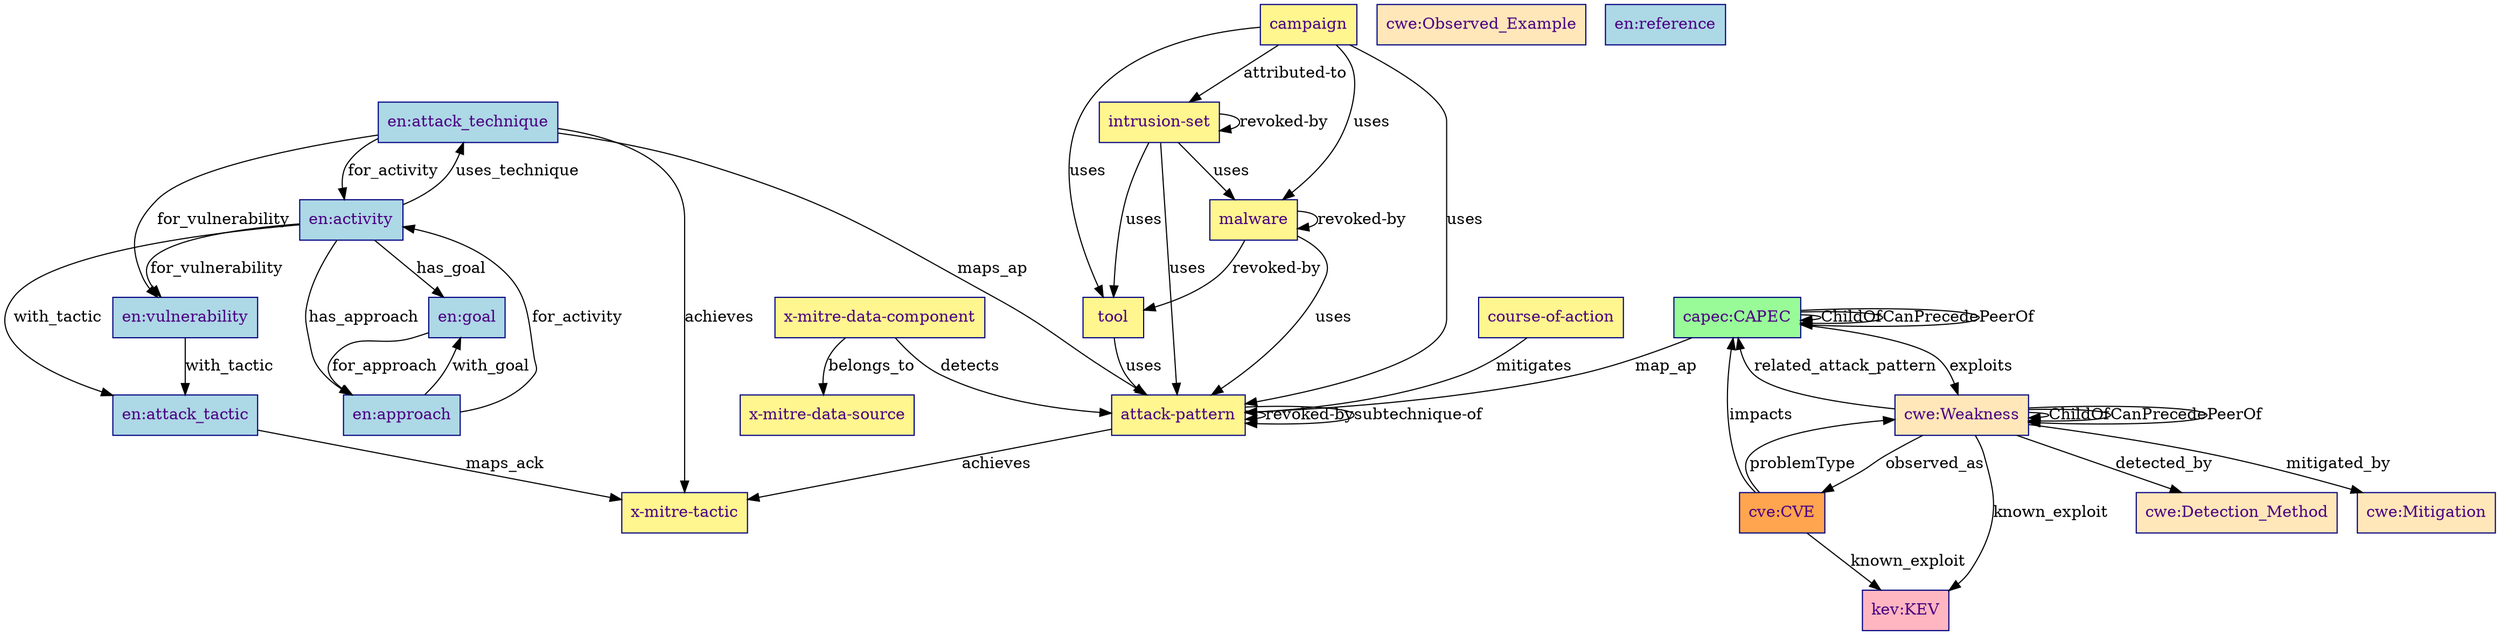
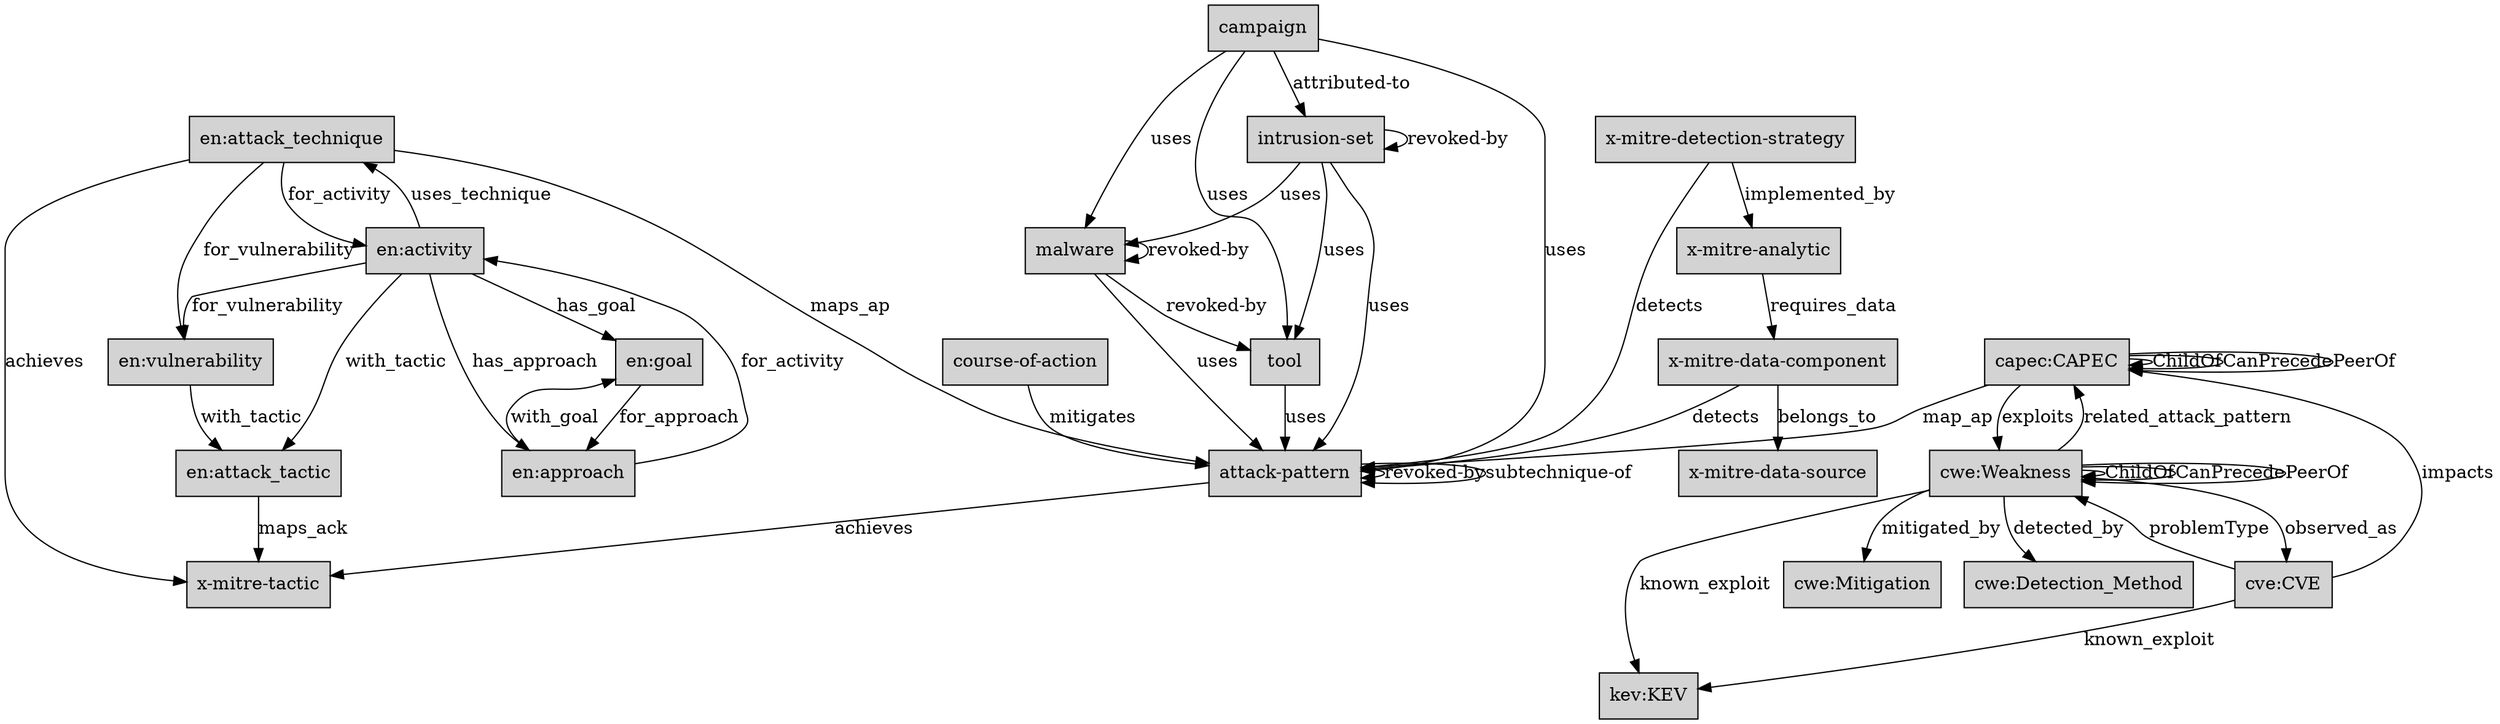
digraph schema_athena_cti {
//    rankdir LR;
    node [shape=box, style=filled];
- "attack-pattern" [color=navy, fontcolor=indigo, fillcolor=khaki1];
- "campaign" [color=navy, fontcolor=indigo, fillcolor=khaki1];
- "course-of-action" [color=navy, fontcolor=indigo, fillcolor=khaki1];
- "intrusion-set" [color=navy, fontcolor=indigo, fillcolor=khaki1];
- "malware" [color=navy, fontcolor=indigo, fillcolor=khaki1];
- "tool" [color=navy, fontcolor=indigo, fillcolor=khaki1];
- "x-mitre-data-component" [color=navy, fontcolor=indigo, fillcolor=khaki1];
- "x-mitre-tactic" [color=navy, fontcolor=indigo, fillcolor=khaki1];
- "x-mitre-data-source" [color=navy, fontcolor=indigo, fillcolor=khaki1];
- "cwe:Weakness" [color=navy, fontcolor=indigo, fillcolor=wheat1];
- "cwe:Detection_Method" [color=navy, fontcolor=indigo, fillcolor=wheat1];
- "cwe:Observed_Example" [color=navy, fontcolor=indigo, fillcolor=wheat1];
- "cwe:Mitigation" [color=navy, fontcolor=indigo, fillcolor=wheat1];
- "cve:CVE" [color=navy, fontcolor=indigo, fillcolor=tan1];
- "capec:CAPEC" [color=navy, fontcolor=indigo, fillcolor=palegreen];
- "en:goal" [color=navy, fontcolor=indigo, fillcolor=lightblue];
- "en:approach" [color=navy, fontcolor=indigo, fillcolor=lightblue];
- "en:activity" [color=navy, fontcolor=indigo, fillcolor=lightblue];
- "en:vulnerability" [color=navy, fontcolor=indigo, fillcolor=lightblue];
- "en:attack_technique" [color=navy, fontcolor=indigo, fillcolor=lightblue];
- "en:attack_tactic" [color=navy, fontcolor=indigo, fillcolor=lightblue];
- "en:reference" [color=navy, fontcolor=indigo, fillcolor=lightblue];
- "kev:KEV" [color=navy, fontcolor=indigo, fillcolor=lightpink];
"attack-pattern" -> "attack-pattern" [label="revoked-by"];
"attack-pattern" -> "attack-pattern" [label="subtechnique-of"];
+ "attack-pattern" -> "x-mitre-tactic" [label="achieves"];
"campaign" -> "intrusion-set" [label="attributed-to"];
"campaign" -> "attack-pattern" [label="uses"];
"campaign" -> "malware" [label="uses"];
"campaign" -> "tool" [label="uses"];
"course-of-action" -> "attack-pattern" [label="mitigates"];
"intrusion-set" -> "intrusion-set" [label="revoked-by"];
"intrusion-set" -> "attack-pattern" [label="uses"];
"intrusion-set" -> "malware" [label="uses"];
"intrusion-set" -> "tool" [label="uses"];
"malware" -> "malware" [label="revoked-by"];
"malware" -> "tool" [label="revoked-by"];
"malware" -> "attack-pattern" [label="uses"];
"tool" -> "attack-pattern" [label="uses"];
"x-mitre-data-component" -> "attack-pattern" [label="detects"];
"x-mitre-data-component" -> "x-mitre-data-source" [label="belongs_to"];
- "attack-pattern" -> "x-mitre-tactic" [label="achieves"];
+ "x-mitre-detection-strategy" -> "attack-pattern" [label="detects"];
+ "x-mitre-analytic" -> "x-mitre-data-component" [label="requires_data"];
+ "x-mitre-detection-strategy" -> "x-mitre-analytic" [label="implemented_by"];
"cwe:Weakness" -> "cwe:Weakness" [label="ChildOf"];
"cwe:Weakness" -> "cwe:Weakness" [label="CanPrecede"];
"cwe:Weakness" -> "cwe:Weakness" [label="PeerOf"];
"cwe:Weakness" -> "capec:CAPEC" [label="related_attack_pattern"];
"cwe:Weakness" -> "cwe:Mitigation" [label="mitigated_by"];
"cwe:Weakness" -> "cwe:Detection_Method" [label="detected_by"];
"cwe:Weakness" -> "cve:CVE" [label="observed_as"];
"cwe:Weakness" -> "kev:KEV" [label="known_exploit"];
"cve:CVE" -> "capec:CAPEC" [label="impacts"];
"cve:CVE" -> "cwe:Weakness" [label="problemType"];
"cve:CVE" -> "kev:KEV" [label="known_exploit"];
"capec:CAPEC" -> "capec:CAPEC" [label="ChildOf"];
"capec:CAPEC" -> "capec:CAPEC" [label="CanPrecede"];
"capec:CAPEC" -> "capec:CAPEC" [label="PeerOf"];
"capec:CAPEC" -> "cwe:Weakness" [label="exploits"];
"capec:CAPEC" -> "attack-pattern" [label="map_ap"];
"en:activity" -> "en:goal" [label="has_goal"];
"en:activity" -> "en:approach" [label="has_approach"];
"en:activity" -> "en:vulnerability" [label="for_vulnerability"];
"en:activity" -> "en:attack_technique" [label="uses_technique"];
"en:activity" -> "en:attack_tactic" [label="with_tactic"];
"en:approach" -> "en:goal" [label="with_goal"];
"en:approach" -> "en:activity" [label="for_activity"];
"en:goal" -> "en:approach" [label="for_approach"];
"en:attack_technique" -> "attack-pattern" [label="maps_ap"];
"en:attack_technique" -> "en:vulnerability" [label="for_vulnerability"];
"en:attack_technique" -> "en:activity" [label="for_activity"];
"en:attack_technique" -> "x-mitre-tactic" [label="achieves"];
"en:attack_tactic" -> "x-mitre-tactic" [label="maps_ack"];
"en:vulnerability" -> "en:attack_tactic" [label="with_tactic"];
}